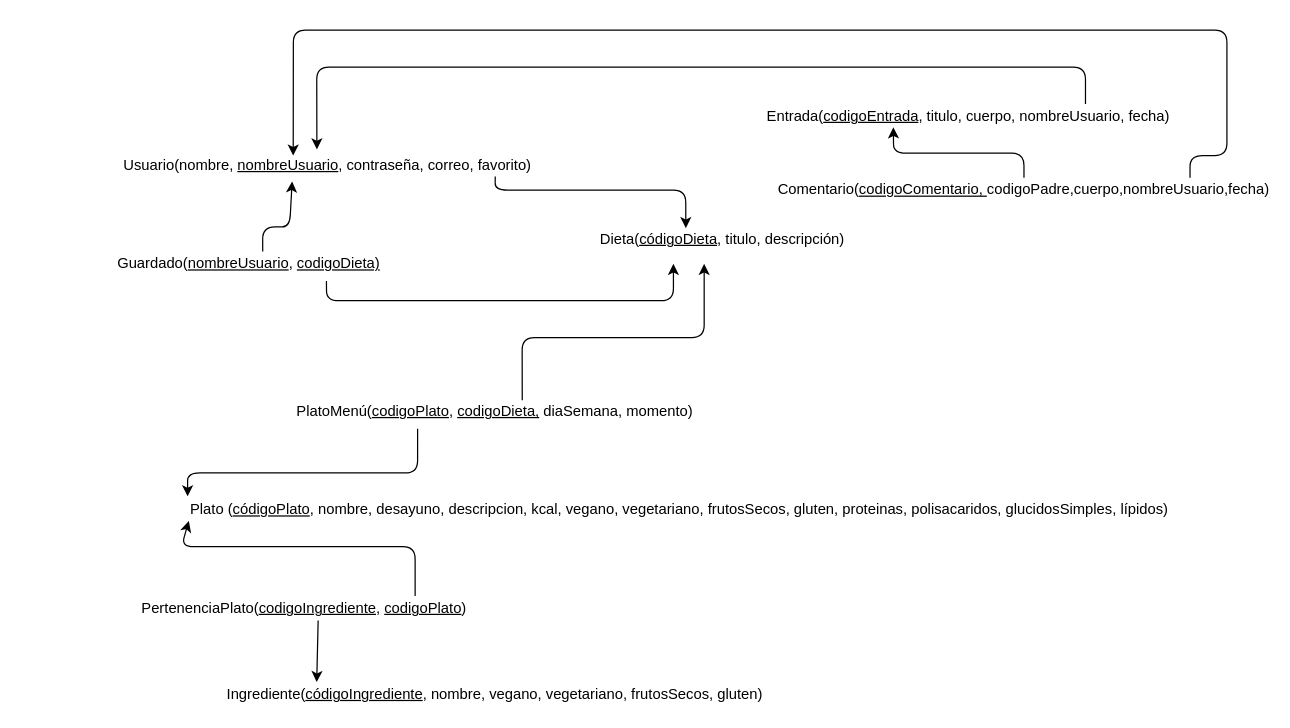
The draw.io diagram diagramaRelacional.drawio in HylianPablo/SSW2020, before the edit. Source tidied: cells renumbered, new cells numbered last; positions are measured from the earlier drawing's top-left corner, leaving out a move shared by most shapes. Both pictures are drawn from the tidied source at 123%, with x=0, y=0 at pixel (21, 30).
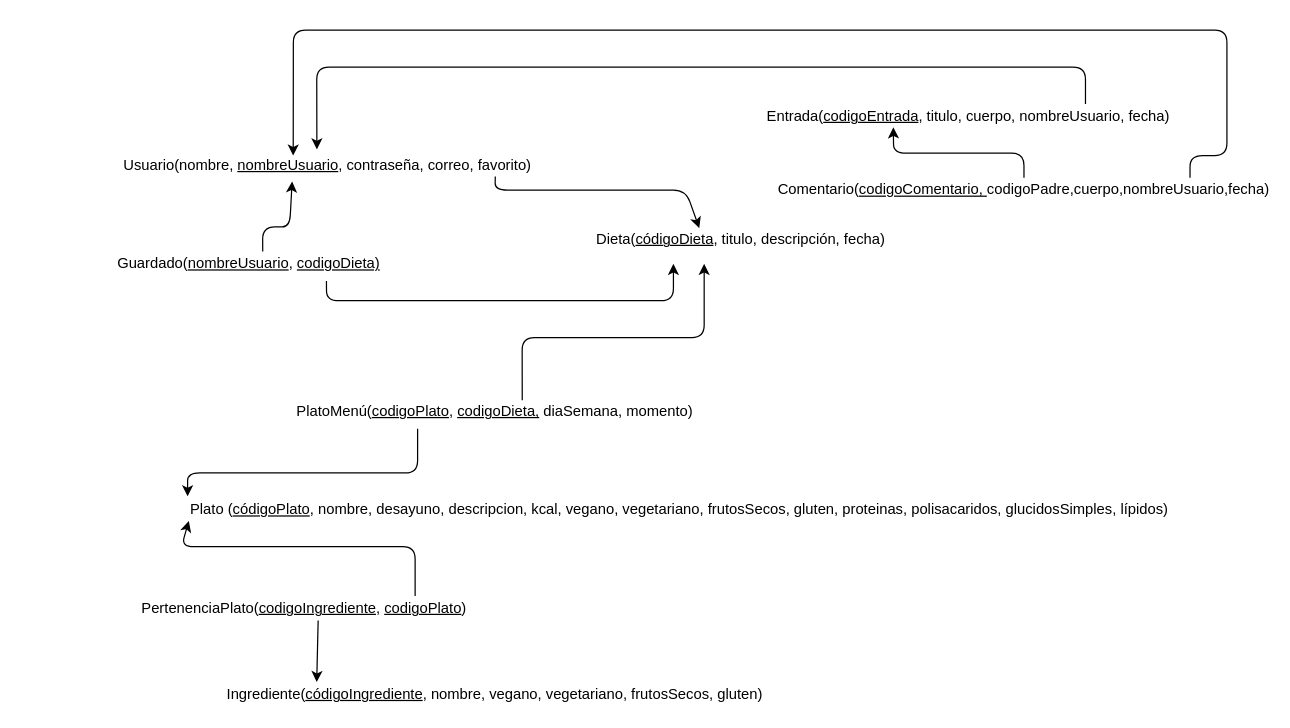
The same diagram, later.

The edit, as a diff of the source:
```diff
@@
-    <mxCell id="5" value="Dieta(&lt;u&gt;códigoDieta&lt;/u&gt;, titulo, descripción)" style="text;html=1;strokeColor=none;fillColor=none;align=center;verticalAlign=middle;whiteSpace=wrap;rounded=0;" parent="1" vertex="1">
-      <mxGeometry x="460" y="160" width="220" height="20" as="geometry" />
+    <mxCell id="5" value="Dieta(&lt;u&gt;códigoDieta&lt;/u&gt;, titulo, descripción, fecha)" style="text;html=1;strokeColor=none;fillColor=none;align=center;verticalAlign=middle;whiteSpace=wrap;rounded=0;" parent="1" vertex="1">
+      <mxGeometry x="460" y="160" width="250" height="20" as="geometry" />
     </mxCell>
```
